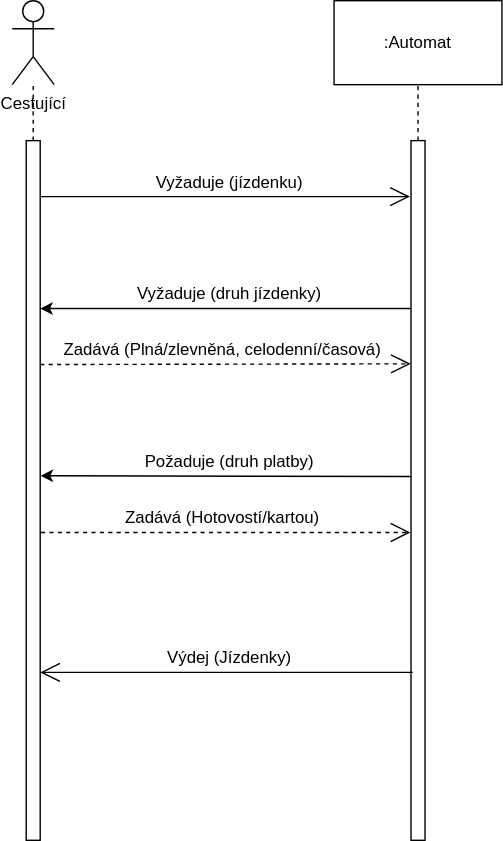
hongolem/Diagrams keeps this draw.io diagram as 29042022-2.drawio.svg. Above is the earlier version. Source tidied: cells renumbered, new cells last; positions are measured from the earlier drawing's top-left corner, leaving out a move shared by most shapes. The source it was exported from:
```xml
<mxGraphModel>
  <root>
    <mxCell id="0" />
    <mxCell id="1" parent="0" />
    <mxCell id="2" value=":Automat" style="rounded=0;whiteSpace=wrap;html=1;" parent="1" vertex="1">
      <mxGeometry x="230" width="120" height="60" as="geometry" />
    </mxCell>
    <mxCell id="3" value="Cestující" style="shape=umlActor;verticalLabelPosition=bottom;verticalAlign=top;html=1;outlineConnect=0;" parent="1" vertex="1">
      <mxGeometry width="30" height="60" as="geometry" />
    </mxCell>
    <mxCell id="4" style="whiteSpace=wrap;html=1;" parent="1" vertex="1">
      <mxGeometry x="10" y="100" width="10" height="500" as="geometry" />
    </mxCell>
    <mxCell id="5" style="whiteSpace=wrap;html=1;" parent="1" vertex="1">
      <mxGeometry x="285" y="100" width="10" height="500" as="geometry" />
    </mxCell>
    <mxCell id="6" style="endArrow=none;dashed=1;html=1;rounded=0;" parent="1" edge="1" source="4" target="3">
      <mxGeometry relative="1" as="geometry" />
    </mxCell>
    <mxCell id="7" style="endArrow=none;dashed=1;html=1;rounded=0;" parent="1" edge="1" source="5" target="2">
      <mxGeometry relative="1" as="geometry" />
    </mxCell>
    <mxCell id="8" value="Vyžaduje (jízdenku)" style="text;html=1;align=center;verticalAlign=middle;strokeColor=none;fillColor=none;" parent="1" vertex="1">
      <mxGeometry x="95" y="120" width="120" height="20" as="geometry" />
    </mxCell>
    <mxCell id="9" style="endArrow=open;endFill=1;endSize=12;html=1;rounded=0;entryX=-0.077;entryY=0.08;entryDx=0;entryDy=0;entryPerimeter=0;exitX=1.038;exitY=0.08;exitDx=0;exitDy=0;exitPerimeter=0;" parent="1" edge="1" source="4" target="5">
      <mxGeometry relative="1" as="geometry" />
    </mxCell>
    <mxCell id="10" style="endArrow=classic;html=1;rounded=0;entryX=1;entryY=0.16;entryDx=0;entryDy=0;entryPerimeter=0;exitX=-0.019;exitY=0.16;exitDx=0;exitDy=0;exitPerimeter=0;" parent="1" edge="1">
      <mxGeometry relative="1" as="geometry">
        <mxPoint x="284.8" y="220" as="sourcePoint" />
        <mxPoint x="20" y="220" as="targetPoint" />
        <Array as="points">
          <mxPoint x="270" y="220" />
        </Array>
      </mxGeometry>
    </mxCell>
    <mxCell id="11" value="Vyžaduje (druh jízdenky)" style="text;html=1;align=center;verticalAlign=middle;strokeColor=none;fillColor=none;" parent="1" vertex="1">
      <mxGeometry x="80" y="200" width="150" height="20" as="geometry" />
    </mxCell>
    <mxCell id="12" style="endArrow=open;endSize=12;dashed=1;html=1;rounded=0;entryX=-0.019;entryY=0.239;entryDx=0;entryDy=0;entryPerimeter=0;exitX=1;exitY=0.24;exitDx=0;exitDy=0;exitPerimeter=0;" parent="1" edge="1">
      <mxGeometry relative="1" as="geometry">
        <mxPoint x="20" y="260" as="sourcePoint" />
        <mxPoint x="284.8" y="259.5" as="targetPoint" />
      </mxGeometry>
    </mxCell>
    <mxCell id="13" value="Zadává (Plná/zlevněná, celodenní/časová)" style="text;html=1;align=center;verticalAlign=middle;strokeColor=none;fillColor=none;" parent="1" vertex="1">
      <mxGeometry x="30" y="240" width="240" height="20" as="geometry" />
    </mxCell>
    <mxCell id="14" style="endArrow=classic;html=1;rounded=0;entryX=1.023;entryY=0.479;entryDx=0;entryDy=0;entryPerimeter=0;exitX=-0.008;exitY=0.48;exitDx=0;exitDy=0;exitPerimeter=0;" parent="1" edge="1" source="5" target="4">
      <mxGeometry relative="1" as="geometry" />
    </mxCell>
    <mxCell id="15" value="Požaduje (druh platby)" style="text;html=1;align=center;verticalAlign=middle;strokeColor=none;fillColor=none;" parent="1" vertex="1">
      <mxGeometry x="85" y="320" width="140" height="20" as="geometry" />
    </mxCell>
    <mxCell id="16" style="endArrow=open;endSize=12;dashed=1;html=1;rounded=0;entryX=-0.047;entryY=0.56;entryDx=0;entryDy=0;entryPerimeter=0;exitX=1.058;exitY=0.56;exitDx=0;exitDy=0;exitPerimeter=0;" parent="1" edge="1" source="4" target="5">
      <mxGeometry relative="1" as="geometry" />
    </mxCell>
    <mxCell id="17" value="Zadává (Hotovostí/kartou)" style="text;html=1;align=center;verticalAlign=middle;strokeColor=none;fillColor=none;" parent="1" vertex="1">
      <mxGeometry x="75" y="360" width="150" height="20" as="geometry" />
    </mxCell>
    <mxCell id="18" style="endArrow=open;endFill=1;endSize=12;html=1;rounded=0;entryX=1;entryY=0.76;entryDx=0;entryDy=0;entryPerimeter=0;exitX=0.129;exitY=0.76;exitDx=0;exitDy=0;exitPerimeter=0;" parent="1" edge="1" source="5" target="4">
      <mxGeometry relative="1" as="geometry" />
    </mxCell>
    <mxCell id="19" value="Výdej (Jízdenky)" style="text;html=1;align=center;verticalAlign=middle;strokeColor=none;fillColor=none;" parent="1" vertex="1">
      <mxGeometry x="105" y="460" width="100" height="20" as="geometry" />
    </mxCell>
  </root>
</mxGraphModel>
```
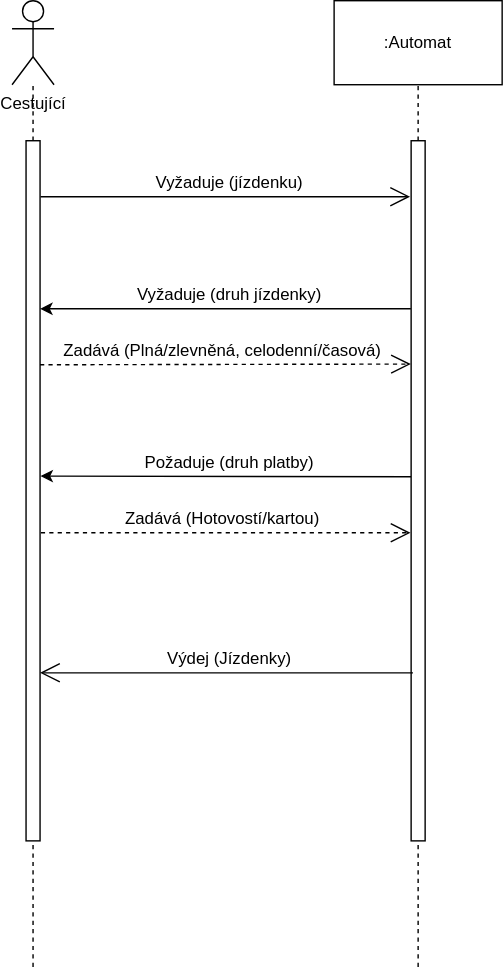
After the commit.

What changed in the source:
```diff
@@ -65,5 +65,15 @@
     <mxCell id="19" value="Výdej (Jízdenky)" style="text;html=1;align=center;verticalAlign=middle;strokeColor=none;fillColor=none;" parent="1" vertex="1">
       <mxGeometry x="105" y="460" width="100" height="20" as="geometry" />
     </mxCell>
+    <mxCell id="20" style="endArrow=none;dashed=1;html=1;rounded=0;entryX=0.5;entryY=1;entryDx=0;entryDy=0;" parent="1" edge="1" target="4">
+      <mxGeometry relative="1" as="geometry">
+        <mxPoint x="15" y="690" as="sourcePoint" />
+      </mxGeometry>
+    </mxCell>
+    <mxCell id="21" style="endArrow=none;dashed=1;html=1;rounded=0;entryX=0.5;entryY=1;entryDx=0;entryDy=0;" parent="1" edge="1" target="5">
+      <mxGeometry relative="1" as="geometry">
+        <mxPoint x="290" y="690" as="sourcePoint" />
+      </mxGeometry>
+    </mxCell>
   </root>
 </mxGraphModel>
```
